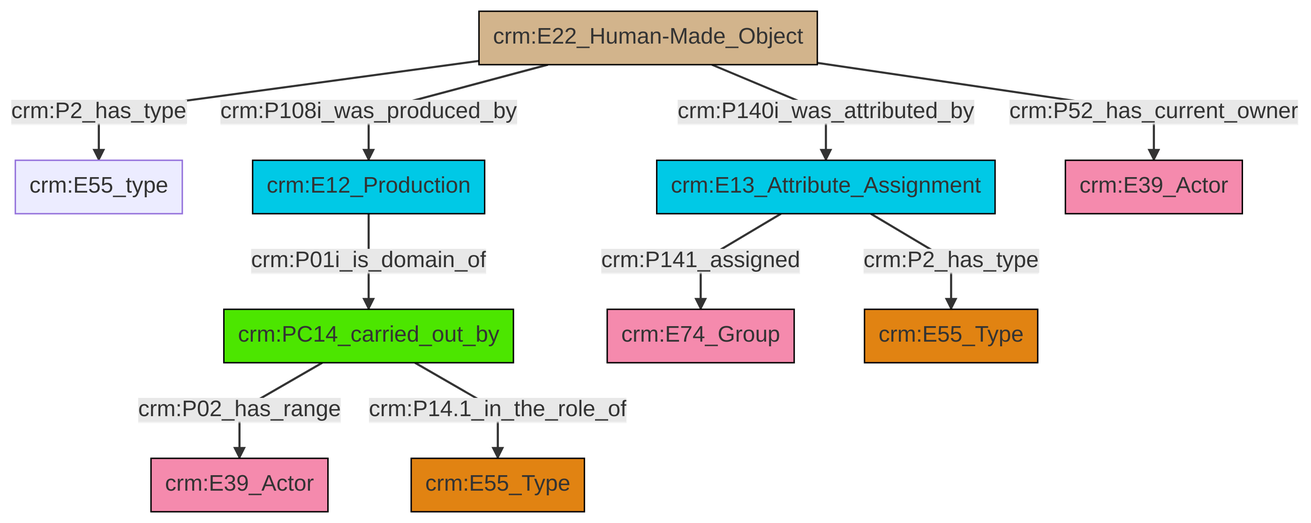
The Mermaid diagram et/builtWorkCSV/ttl/mmd/png/Built_Work_actor_relations.png in swiss-art-research-net/docs.swissartresearch, before a commit. Its source is kept beside it as et/builtWorkCSV/ttl/mmd/Built_Work_actor_relations.ttl.mmd.
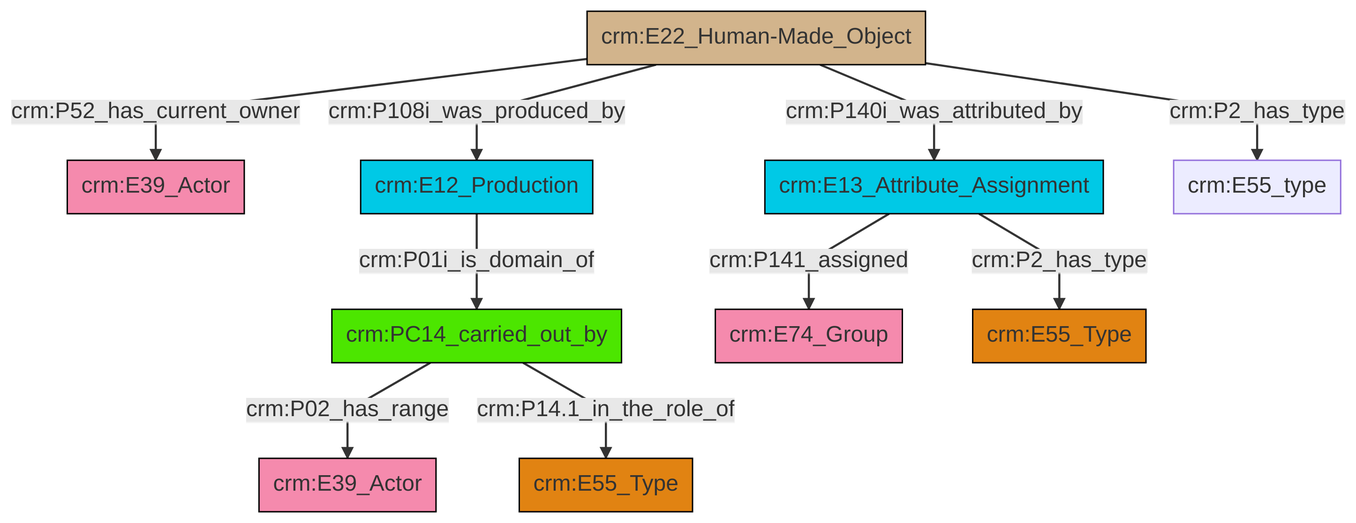
The same diagram one commit later.

Diff of the diagram source:
```diff
@@ -13,12 +13,12 @@
 classDef PC_Classes fill:#4ce600, stroke:#000000;
 classDef Multi fill:#cccccc,stroke:#000000;
 
-2["crm:E22_Human-Made_Object"]:::Physical_Thing -->|crm:P108i_was_produced_by| 3["crm:E12_Production"]:::Temporal_Entity
-2["crm:E22_Human-Made_Object"]:::Physical_Thing -->|crm:P140i_was_attributed_by| 4["crm:E13_Attribute_Assignment"]:::Temporal_Entity
-5["crm:PC14_carried_out_by"]:::PC_Classes -->|crm:P02_has_range| 6["crm:E39_Actor"]:::Actor
-4["crm:E13_Attribute_Assignment"]:::Temporal_Entity -->|crm:P141_assigned| 7["crm:E74_Group"]:::Actor
-5["crm:PC14_carried_out_by"]:::PC_Classes -->|crm:P14.1_in_the_role_of| 14["crm:E55_Type"]:::Type
-3["crm:E12_Production"]:::Temporal_Entity -->|crm:P01i_is_domain_of| 5["crm:PC14_carried_out_by"]:::PC_Classes
-2["crm:E22_Human-Made_Object"]:::Physical_Thing -->|crm:P52_has_current_owner| 9["crm:E39_Actor"]:::Actor
-2["crm:E22_Human-Made_Object"]:::Physical_Thing -->|crm:P2_has_type| 0["crm:E55_type"]:::Default
-4["crm:E13_Attribute_Assignment"]:::Temporal_Entity -->|crm:P2_has_type| 11["crm:E55_Type"]:::Type
+0["crm:PC14_carried_out_by"]:::PC_Classes -->|crm:P02_has_range| 1["crm:E39_Actor"]:::Actor
+4["crm:E22_Human-Made_Object"]:::Physical_Thing -->|crm:P140i_was_attributed_by| 5["crm:E13_Attribute_Assignment"]:::Temporal_Entity
+6["crm:E12_Production"]:::Temporal_Entity -->|crm:P01i_is_domain_of| 0["crm:PC14_carried_out_by"]:::PC_Classes
+4["crm:E22_Human-Made_Object"]:::Physical_Thing -->|crm:P108i_was_produced_by| 6["crm:E12_Production"]:::Temporal_Entity
+5["crm:E13_Attribute_Assignment"]:::Temporal_Entity -->|crm:P141_assigned| 9["crm:E74_Group"]:::Actor
+4["crm:E22_Human-Made_Object"]:::Physical_Thing -->|crm:P2_has_type| 7["crm:E55_type"]:::Default
+5["crm:E13_Attribute_Assignment"]:::Temporal_Entity -->|crm:P2_has_type| 10["crm:E55_Type"]:::Type
+4["crm:E22_Human-Made_Object"]:::Physical_Thing -->|crm:P52_has_current_owner| 2["crm:E39_Actor"]:::Actor
+0["crm:PC14_carried_out_by"]:::PC_Classes -->|crm:P14.1_in_the_role_of| 12["crm:E55_Type"]:::Type
```
